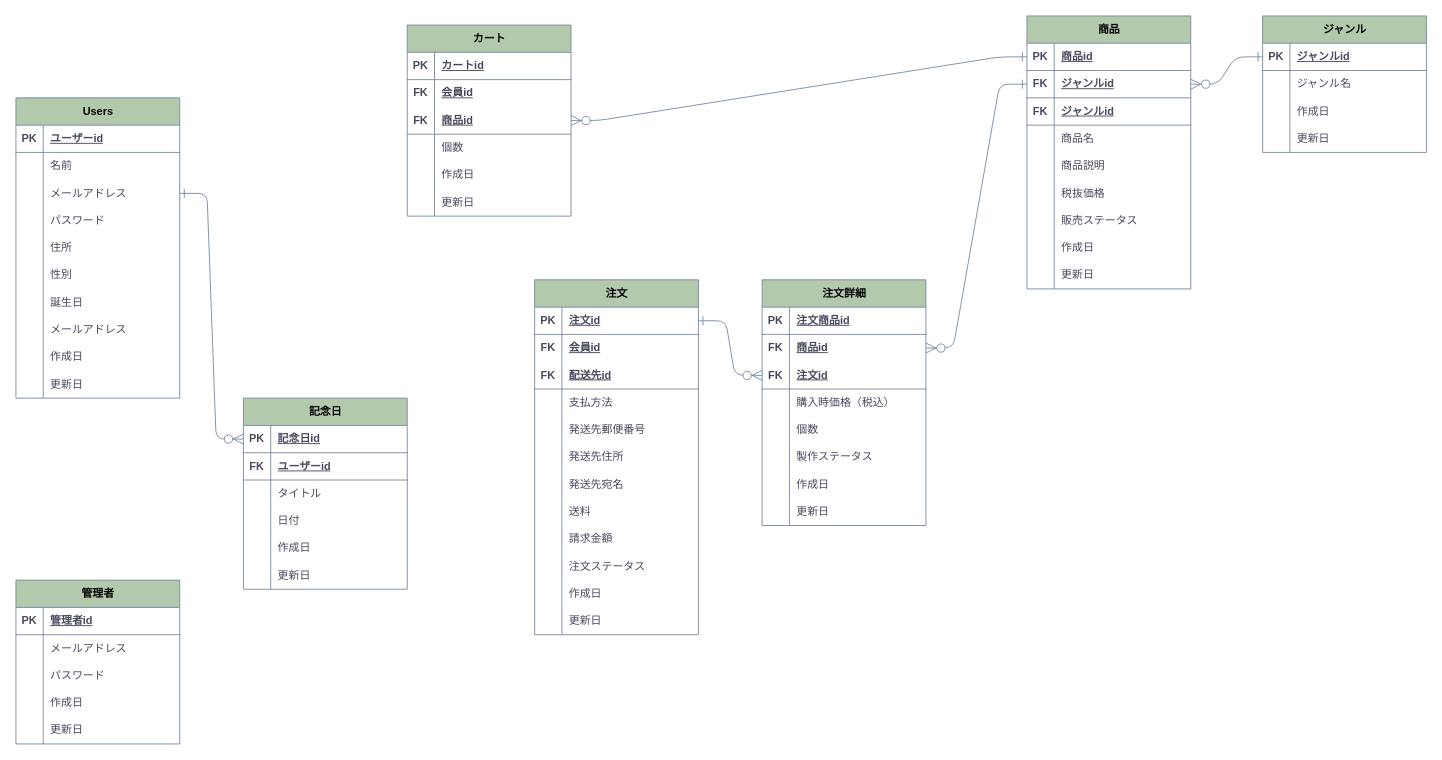
The draw.io diagram 家族インフラ.drawio in Ganmo3/drawio, before the edit. Source tidied: cells renumbered, new cells numbered last; positions are measured from the earlier drawing's top-left corner, leaving out a move shared by most shapes. Both pictures are drawn from the tidied source at 91%, with x=0, y=0 at pixel (15, 15).
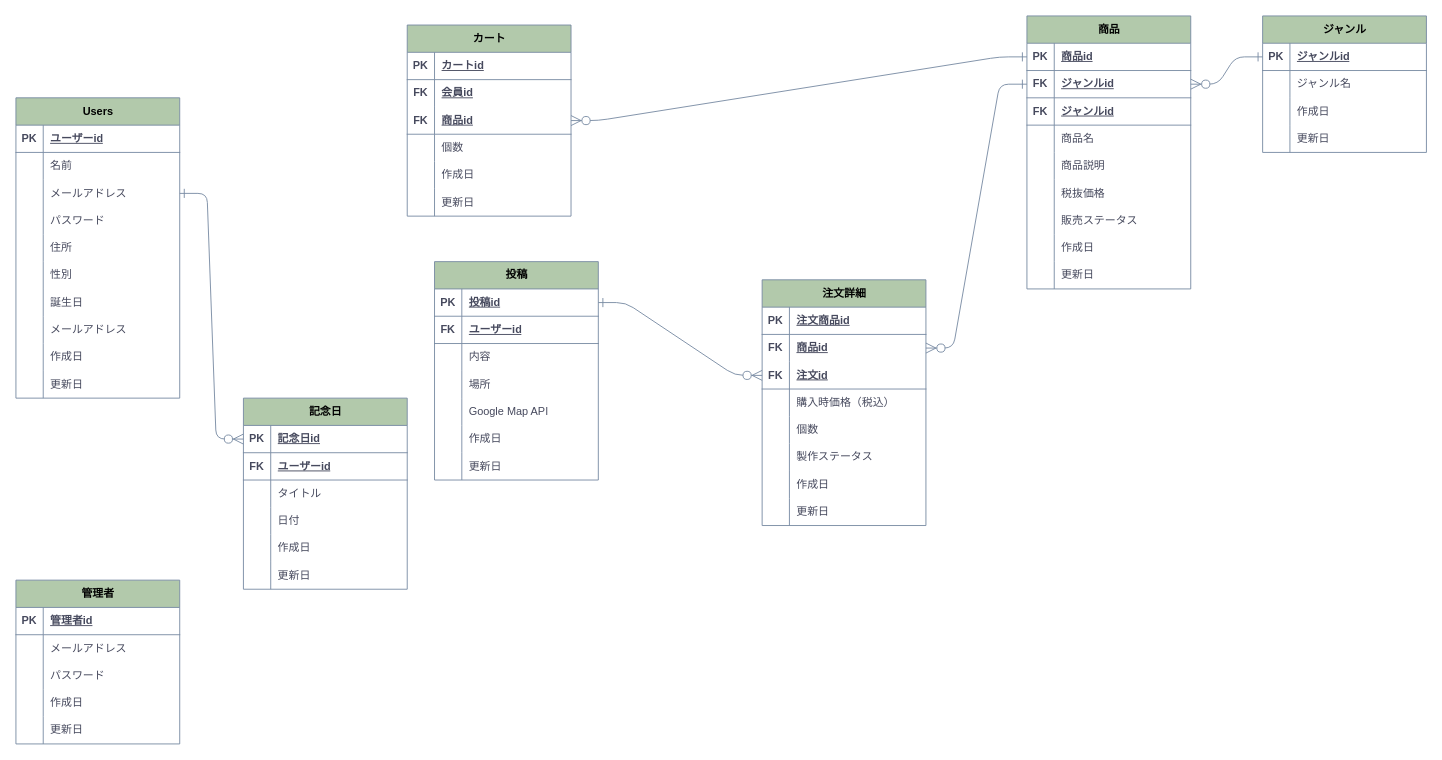
After the change.

Commit message (it also covers changes not shown here):
家族インフラ.drawio を更新します

Unchanged cells that the change refers to:
```xml
<mxCell id="138" style="shape=tableRow;horizontal=0;startSize=0;swimlaneHead=0;swimlaneBody=0;fillColor=none;points=[[0,0.5],[1,0.5]];portConstraint=eastwest;top=0;left=0;right=0;bottom=1;strokeColor=#788AA3;fontFamily=Helvetica;fontSize=12;fontColor=#46495D;html=1;labelBackgroundColor=none;" parent="137" vertex="1">
  <mxGeometry y="30" width="180" height="30" as="geometry" />
</mxCell>
```

What changed in the source:
```diff
@@
-    <mxCell id="137" value="&lt;font color=&quot;#000000&quot;&gt;注文&lt;/font&gt;" style="shape=table;startSize=30;childLayout=tableLayout;rowLines=0;fontStyle=1;align=center;html=1;strokeColor=#788AA3;fontFamily=Helvetica;fontSize=12;fontColor=#46495D;fillColor=#B2C9AB;labelBackgroundColor=none;" parent="1" vertex="1">
-      <mxGeometry x="570" y="290" width="180" height="390" as="geometry" />
+    <mxCell id="137" value="&lt;font color=&quot;#000000&quot;&gt;投稿&lt;/font&gt;" style="shape=table;startSize=30;childLayout=tableLayout;rowLines=0;fontStyle=1;align=center;html=1;strokeColor=#788AA3;fontFamily=Helvetica;fontSize=12;fontColor=#46495D;fillColor=#B2C9AB;labelBackgroundColor=none;" parent="1" vertex="1">
+      <mxGeometry x="460" y="270" width="180" height="240" as="geometry" />
     </mxCell>
@@
-    <mxCell id="140" value="注文id" style="shape=partialRectangle;fillColor=none;top=0;left=0;bottom=0;right=0;align=left;spacingLeft=6;fontStyle=5;overflow=hidden;whiteSpace=wrap;html=1;strokeColor=#788AA3;fontFamily=Helvetica;fontSize=12;fontColor=#46495D;startSize=23;labelBackgroundColor=none;" parent="138" vertex="1">
+    <mxCell id="140" value="投稿id" style="shape=partialRectangle;fillColor=none;top=0;left=0;bottom=0;right=0;align=left;spacingLeft=6;fontStyle=5;overflow=hidden;whiteSpace=wrap;html=1;strokeColor=#788AA3;fontFamily=Helvetica;fontSize=12;fontColor=#46495D;startSize=23;labelBackgroundColor=none;" parent="138" vertex="1">
       <mxGeometry x="30" width="150" height="30" as="geometry" />
     </mxCell>
-    <mxCell id="141" style="shape=tableRow;horizontal=0;startSize=0;swimlaneHead=0;swimlaneBody=0;fillColor=none;top=0;left=0;right=0;bottom=0;strokeColor=#788AA3;fontFamily=Helvetica;fontSize=12;fontColor=#46495D;html=1;labelBackgroundColor=none;" parent="137" vertex="1">
-      <mxGeometry y="60" width="180" height="30" as="geometry" />
-    </mxCell>
-    <mxCell id="142" value="&lt;b&gt;FK&lt;/b&gt;" style="shape=partialRectangle;fillColor=none;top=0;left=0;bottom=0;right=0;overflow=hidden;whiteSpace=wrap;html=1;strokeColor=#788AA3;fontFamily=Helvetica;fontSize=12;fontColor=#46495D;startSize=23;labelBackgroundColor=none;" parent="141" vertex="1">
-      <mxGeometry width="30" height="30" as="geometry" />
-    </mxCell>
-    <mxCell id="143" value="&lt;u&gt;&lt;b&gt;会員id&lt;/b&gt;&lt;/u&gt;" style="shape=partialRectangle;fillColor=none;top=0;left=0;bottom=0;right=0;align=left;spacingLeft=6;overflow=hidden;whiteSpace=wrap;html=1;strokeColor=#788AA3;fontFamily=Helvetica;fontSize=12;fontColor=#46495D;startSize=23;labelBackgroundColor=none;" parent="141" vertex="1">
-      <mxGeometry x="30" width="150" height="30" as="geometry" />
-    </mxCell>
     <mxCell id="144" style="shape=tableRow;horizontal=0;startSize=0;swimlaneHead=0;swimlaneBody=0;fillColor=none;top=0;left=0;right=0;bottom=1;strokeColor=#788AA3;fontFamily=Helvetica;fontSize=12;fontColor=#46495D;html=1;labelBackgroundColor=none;" parent="137" vertex="1">
-      <mxGeometry y="90" width="180" height="30" as="geometry" />
+      <mxGeometry y="60" width="180" height="30" as="geometry" />
     </mxCell>
@@
-    <mxCell id="146" value="配送先id" style="shape=partialRectangle;fillColor=none;top=0;left=0;bottom=0;right=0;align=left;spacingLeft=6;fontStyle=5;overflow=hidden;whiteSpace=wrap;html=1;strokeColor=#788AA3;fontFamily=Helvetica;fontSize=12;fontColor=#46495D;startSize=23;labelBackgroundColor=none;" parent="144" vertex="1">
+    <mxCell id="146" value="ユーザーid" style="shape=partialRectangle;fillColor=none;top=0;left=0;bottom=0;right=0;align=left;spacingLeft=6;fontStyle=5;overflow=hidden;whiteSpace=wrap;html=1;strokeColor=#788AA3;fontFamily=Helvetica;fontSize=12;fontColor=#46495D;startSize=23;labelBackgroundColor=none;" parent="144" vertex="1">
       <mxGeometry x="30" width="150" height="30" as="geometry" />
     </mxCell>
     <mxCell id="147" style="shape=tableRow;horizontal=0;startSize=0;swimlaneHead=0;swimlaneBody=0;fillColor=none;top=0;left=0;right=0;bottom=0;strokeColor=#788AA3;fontFamily=Helvetica;fontSize=12;fontColor=#46495D;html=1;labelBackgroundColor=none;" parent="137" vertex="1">
-      <mxGeometry y="120" width="180" height="30" as="geometry" />
+      <mxGeometry y="90" width="180" height="30" as="geometry" />
     </mxCell>
@@
-    <mxCell id="149" value="支払方法" style="shape=partialRectangle;fillColor=none;top=0;left=0;bottom=0;right=0;align=left;spacingLeft=6;overflow=hidden;whiteSpace=wrap;html=1;strokeColor=#788AA3;fontFamily=Helvetica;fontSize=12;fontColor=#46495D;startSize=23;labelBackgroundColor=none;" parent="147" vertex="1">
+    <mxCell id="149" value="内容" style="shape=partialRectangle;fillColor=none;top=0;left=0;bottom=0;right=0;align=left;spacingLeft=6;overflow=hidden;whiteSpace=wrap;html=1;strokeColor=#788AA3;fontFamily=Helvetica;fontSize=12;fontColor=#46495D;startSize=23;labelBackgroundColor=none;" parent="147" vertex="1">
       <mxGeometry x="30" width="150" height="30" as="geometry" />
     </mxCell>
     <mxCell id="150" style="shape=tableRow;horizontal=0;startSize=0;swimlaneHead=0;swimlaneBody=0;fillColor=none;top=0;left=0;right=0;bottom=0;strokeColor=#788AA3;fontFamily=Helvetica;fontSize=12;fontColor=#46495D;html=1;labelBackgroundColor=none;" parent="137" vertex="1">
-      <mxGeometry y="150" width="180" height="30" as="geometry" />
+      <mxGeometry y="120" width="180" height="30" as="geometry" />
     </mxCell>
@@
-    <mxCell id="152" value="発送先郵便番号" style="shape=partialRectangle;fillColor=none;top=0;left=0;bottom=0;right=0;align=left;spacingLeft=6;overflow=hidden;whiteSpace=wrap;html=1;strokeColor=#788AA3;fontFamily=Helvetica;fontSize=12;fontColor=#46495D;startSize=23;labelBackgroundColor=none;" parent="150" vertex="1">
+    <mxCell id="152" value="場所" style="shape=partialRectangle;fillColor=none;top=0;left=0;bottom=0;right=0;align=left;spacingLeft=6;overflow=hidden;whiteSpace=wrap;html=1;strokeColor=#788AA3;fontFamily=Helvetica;fontSize=12;fontColor=#46495D;startSize=23;labelBackgroundColor=none;" parent="150" vertex="1">
       <mxGeometry x="30" width="150" height="30" as="geometry" />
     </mxCell>
     <mxCell id="153" style="shape=tableRow;horizontal=0;startSize=0;swimlaneHead=0;swimlaneBody=0;fillColor=none;top=0;left=0;right=0;bottom=0;strokeColor=#788AA3;fontFamily=Helvetica;fontSize=12;fontColor=#46495D;html=1;labelBackgroundColor=none;" parent="137" vertex="1">
-      <mxGeometry y="180" width="180" height="30" as="geometry" />
+      <mxGeometry y="150" width="180" height="30" as="geometry" />
     </mxCell>
@@
-    <mxCell id="155" value="発送先住所" style="shape=partialRectangle;fillColor=none;top=0;left=0;bottom=0;right=0;align=left;spacingLeft=6;overflow=hidden;whiteSpace=wrap;html=1;strokeColor=#788AA3;fontFamily=Helvetica;fontSize=12;fontColor=#46495D;startSize=23;labelBackgroundColor=none;" parent="153" vertex="1">
+    <mxCell id="155" value="Google Map API" style="shape=partialRectangle;fillColor=none;top=0;left=0;bottom=0;right=0;align=left;spacingLeft=6;overflow=hidden;whiteSpace=wrap;html=1;strokeColor=#788AA3;fontFamily=Helvetica;fontSize=12;fontColor=#46495D;startSize=23;labelBackgroundColor=none;" parent="153" vertex="1">
       <mxGeometry x="30" width="150" height="30" as="geometry" />
     </mxCell>
-    <mxCell id="156" style="shape=tableRow;horizontal=0;startSize=0;swimlaneHead=0;swimlaneBody=0;fillColor=none;top=0;left=0;right=0;bottom=0;strokeColor=#788AA3;fontFamily=Helvetica;fontSize=12;fontColor=#46495D;html=1;labelBackgroundColor=none;" parent="137" vertex="1">
-      <mxGeometry y="210" width="180" height="30" as="geometry" />
-    </mxCell>
-    <mxCell id="157" style="shape=partialRectangle;fillColor=none;top=0;left=0;bottom=0;right=0;overflow=hidden;whiteSpace=wrap;html=1;strokeColor=#788AA3;fontFamily=Helvetica;fontSize=12;fontColor=#46495D;startSize=23;labelBackgroundColor=none;" parent="156" vertex="1">
-      <mxGeometry width="30" height="30" as="geometry" />
-    </mxCell>
-    <mxCell id="158" value="発送先宛名" style="shape=partialRectangle;fillColor=none;top=0;left=0;bottom=0;right=0;align=left;spacingLeft=6;overflow=hidden;whiteSpace=wrap;html=1;strokeColor=#788AA3;fontFamily=Helvetica;fontSize=12;fontColor=#46495D;startSize=23;labelBackgroundColor=none;" parent="156" vertex="1">
-      <mxGeometry x="30" width="150" height="30" as="geometry" />
-    </mxCell>
-    <mxCell id="159" style="shape=tableRow;horizontal=0;startSize=0;swimlaneHead=0;swimlaneBody=0;fillColor=none;top=0;left=0;right=0;bottom=0;strokeColor=#788AA3;fontFamily=Helvetica;fontSize=12;fontColor=#46495D;html=1;labelBackgroundColor=none;" parent="137" vertex="1">
-      <mxGeometry y="240" width="180" height="30" as="geometry" />
-    </mxCell>
-    <mxCell id="160" style="shape=partialRectangle;fillColor=none;top=0;left=0;bottom=0;right=0;overflow=hidden;whiteSpace=wrap;html=1;strokeColor=#788AA3;fontFamily=Helvetica;fontSize=12;fontColor=#46495D;startSize=23;labelBackgroundColor=none;" parent="159" vertex="1">
-      <mxGeometry width="30" height="30" as="geometry" />
-    </mxCell>
-    <mxCell id="161" value="送料" style="shape=partialRectangle;fillColor=none;top=0;left=0;bottom=0;right=0;align=left;spacingLeft=6;overflow=hidden;whiteSpace=wrap;html=1;strokeColor=#788AA3;fontFamily=Helvetica;fontSize=12;fontColor=#46495D;startSize=23;labelBackgroundColor=none;" parent="159" vertex="1">
-      <mxGeometry x="30" width="150" height="30" as="geometry" />
-    </mxCell>
-    <mxCell id="162" style="shape=tableRow;horizontal=0;startSize=0;swimlaneHead=0;swimlaneBody=0;fillColor=none;top=0;left=0;right=0;bottom=0;strokeColor=#788AA3;fontFamily=Helvetica;fontSize=12;fontColor=#46495D;html=1;labelBackgroundColor=none;" parent="137" vertex="1">
-      <mxGeometry y="270" width="180" height="30" as="geometry" />
-    </mxCell>
-    <mxCell id="163" style="shape=partialRectangle;fillColor=none;top=0;left=0;bottom=0;right=0;overflow=hidden;whiteSpace=wrap;html=1;strokeColor=#788AA3;fontFamily=Helvetica;fontSize=12;fontColor=#46495D;startSize=23;labelBackgroundColor=none;" parent="162" vertex="1">
-      <mxGeometry width="30" height="30" as="geometry" />
-    </mxCell>
-    <mxCell id="164" value="請求金額" style="shape=partialRectangle;fillColor=none;top=0;left=0;bottom=0;right=0;align=left;spacingLeft=6;overflow=hidden;whiteSpace=wrap;html=1;strokeColor=#788AA3;fontFamily=Helvetica;fontSize=12;fontColor=#46495D;startSize=23;labelBackgroundColor=none;" parent="162" vertex="1">
-      <mxGeometry x="30" width="150" height="30" as="geometry" />
-    </mxCell>
-    <mxCell id="165" style="shape=tableRow;horizontal=0;startSize=0;swimlaneHead=0;swimlaneBody=0;fillColor=none;top=0;left=0;right=0;bottom=0;strokeColor=#788AA3;fontFamily=Helvetica;fontSize=12;fontColor=#46495D;html=1;labelBackgroundColor=none;" parent="137" vertex="1">
-      <mxGeometry y="300" width="180" height="30" as="geometry" />
-    </mxCell>
-    <mxCell id="166" style="shape=partialRectangle;fillColor=none;top=0;left=0;bottom=0;right=0;overflow=hidden;whiteSpace=wrap;html=1;strokeColor=#788AA3;fontFamily=Helvetica;fontSize=12;fontColor=#46495D;startSize=23;labelBackgroundColor=none;" parent="165" vertex="1">
-      <mxGeometry width="30" height="30" as="geometry" />
-    </mxCell>
-    <mxCell id="167" value="注文ステータス" style="shape=partialRectangle;fillColor=none;top=0;left=0;bottom=0;right=0;align=left;spacingLeft=6;overflow=hidden;whiteSpace=wrap;html=1;strokeColor=#788AA3;fontFamily=Helvetica;fontSize=12;fontColor=#46495D;startSize=23;labelBackgroundColor=none;" parent="165" vertex="1">
-      <mxGeometry x="30" width="150" height="30" as="geometry" />
-    </mxCell>
     <mxCell id="168" style="shape=tableRow;horizontal=0;startSize=0;swimlaneHead=0;swimlaneBody=0;fillColor=none;top=0;left=0;right=0;bottom=0;strokeColor=#788AA3;fontFamily=Helvetica;fontSize=12;fontColor=#46495D;html=1;labelBackgroundColor=none;" parent="137" vertex="1">
-      <mxGeometry y="330" width="180" height="30" as="geometry" />
+      <mxGeometry y="180" width="180" height="30" as="geometry" />
     </mxCell>
@@
     <mxCell id="171" style="shape=tableRow;horizontal=0;startSize=0;swimlaneHead=0;swimlaneBody=0;fillColor=none;top=0;left=0;right=0;bottom=0;strokeColor=#788AA3;fontFamily=Helvetica;fontSize=12;fontColor=#46495D;html=1;labelBackgroundColor=none;" parent="137" vertex="1">
-      <mxGeometry y="360" width="180" height="30" as="geometry" />
+      <mxGeometry y="210" width="180" height="30" as="geometry" />
     </mxCell>
```
